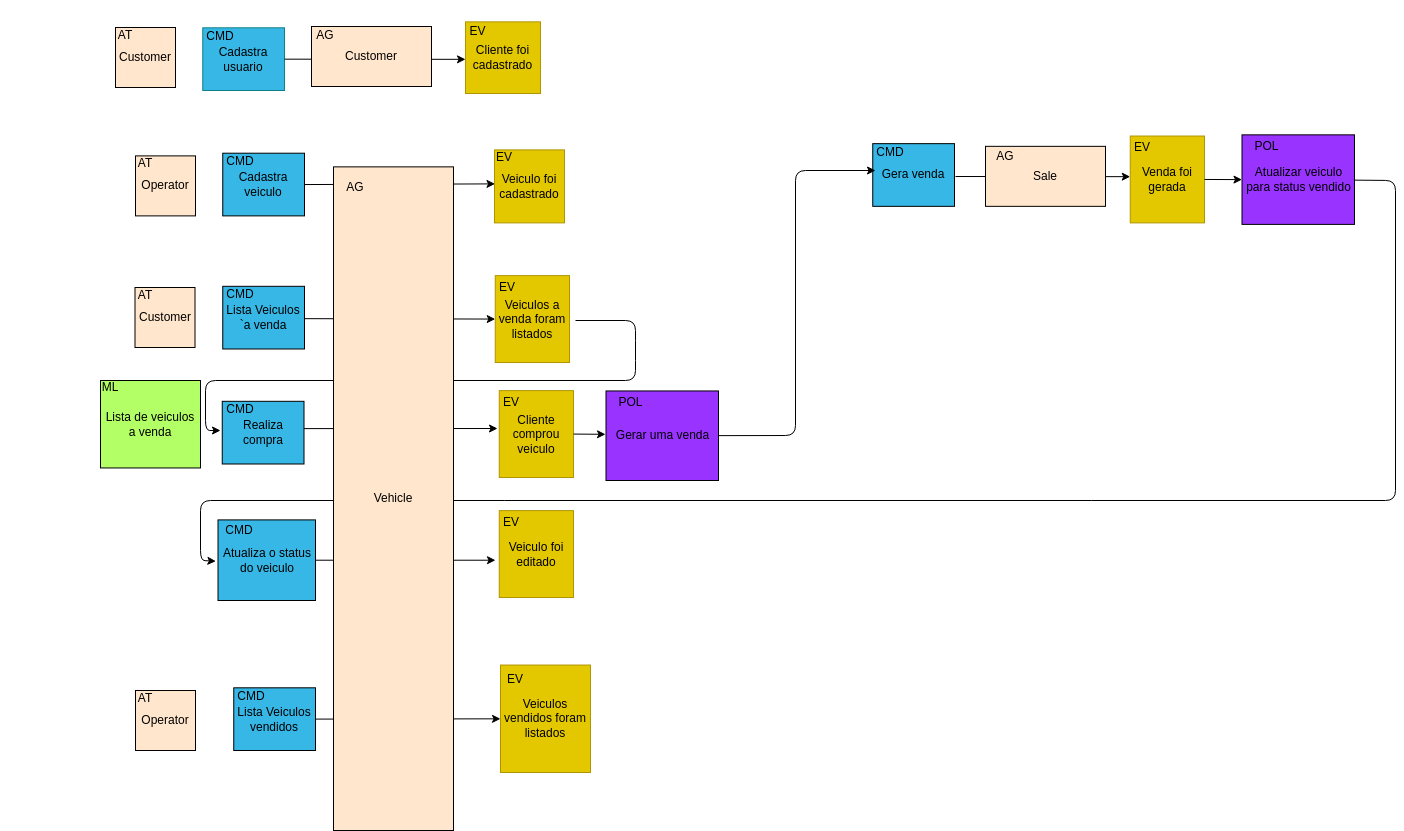
This is docs/event-storming-fase-4.png from mauriciodm1998/soat_substitutiva, a draw.io export, as it was before one commit. Source tidied: cells renumbered, new cells last; positions are measured from the earlier drawing's top-left corner, leaving out a move shared by most shapes.
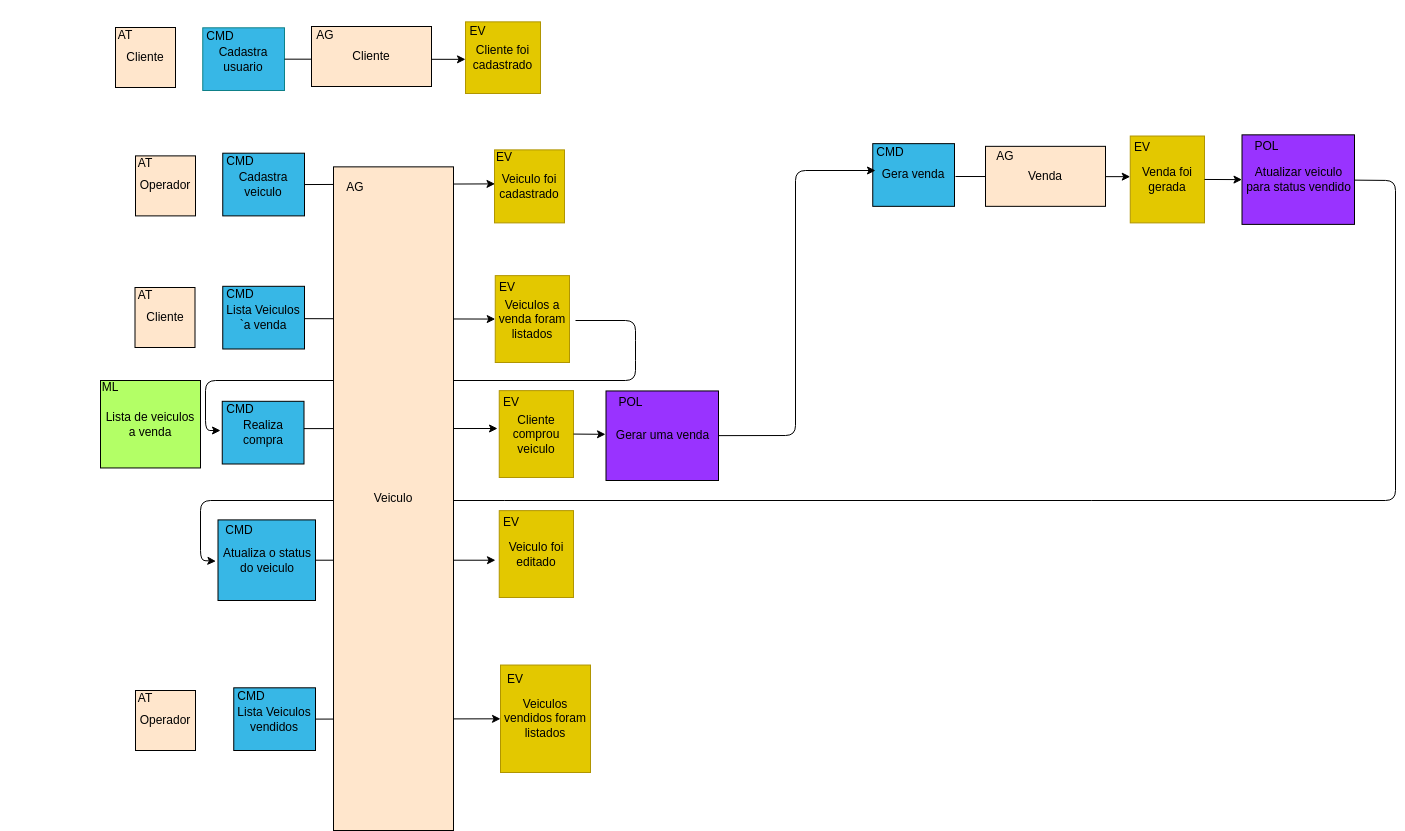
The same file after the commit.

Change to the diagram source:
```diff
@@ -34,7 +34,7 @@
     <mxCell id="6" style="group;" parent="1" vertex="1">
       <mxGeometry x="95" y="7" width="80" height="67" as="geometry" />
     </mxCell>
-    <mxCell id="7" value="&lt;font color=&quot;#000000&quot;&gt;Customer&lt;/font&gt;" style="rounded=0;whiteSpace=wrap;html=1;fillColor=#FFE6CC;" parent="6" vertex="1">
+    <mxCell id="7" value="&lt;font color=&quot;#000000&quot;&gt;Cliente&lt;/font&gt;" style="rounded=0;whiteSpace=wrap;html=1;fillColor=#FFE6CC;" parent="6" vertex="1">
       <mxGeometry x="20" y="7" width="60" height="60" as="geometry" />
     </mxCell>
     <mxCell id="8" value="&lt;font color=&quot;#000000&quot;&gt;AT&lt;/font&gt;" style="text;html=1;strokeColor=none;fillColor=none;align=center;verticalAlign=middle;whiteSpace=wrap;rounded=0;" parent="6" vertex="1">
@@ -156,7 +156,7 @@
     <mxCell id="46" style="group;" parent="1" vertex="1">
       <mxGeometry x="295" y="7" width="136" height="66" as="geometry" />
     </mxCell>
-    <mxCell id="47" value="&lt;font color=&quot;#000000&quot;&gt;Customer&lt;/font&gt;" style="rounded=0;whiteSpace=wrap;html=1;fillColor=#FFE6CC;" parent="46" vertex="1">
+    <mxCell id="47" value="&lt;font color=&quot;#000000&quot;&gt;Cliente&lt;/font&gt;" style="rounded=0;whiteSpace=wrap;html=1;fillColor=#FFE6CC;" parent="46" vertex="1">
       <mxGeometry x="16" y="6" width="120" height="60" as="geometry" />
     </mxCell>
     <mxCell id="48" value="&lt;font color=&quot;#000000&quot;&gt;AG&lt;/font&gt;" style="text;html=1;strokeColor=none;fillColor=none;align=center;verticalAlign=middle;whiteSpace=wrap;rounded=0;" parent="46" vertex="1">
@@ -180,10 +180,10 @@
     <mxCell id="54" value="&lt;font color=&quot;#000000&quot;&gt;EV&lt;/font&gt;" style="text;html=1;strokeColor=none;fillColor=none;align=center;verticalAlign=middle;whiteSpace=wrap;rounded=0;" parent="52" vertex="1">
       <mxGeometry width="60" height="30" as="geometry" />
     </mxCell>
-    <mxCell id="55" style="group;" parent="1" vertex="1">
+    <mxCell id="55" value="O" style="group;" parent="1" vertex="1">
       <mxGeometry x="115" y="135.4" width="80" height="67" as="geometry" />
     </mxCell>
-    <mxCell id="56" value="&lt;font color=&quot;#000000&quot;&gt;Operator&lt;/font&gt;" style="rounded=0;whiteSpace=wrap;html=1;fillColor=#FFE6CC;" parent="55" vertex="1">
+    <mxCell id="56" value="&lt;font color=&quot;#000000&quot;&gt;Operador&lt;/font&gt;" style="rounded=0;whiteSpace=wrap;html=1;fillColor=#FFE6CC;" parent="55" vertex="1">
       <mxGeometry x="20" y="7" width="60" height="60" as="geometry" />
     </mxCell>
     <mxCell id="57" value="&lt;font color=&quot;#000000&quot;&gt;AT&lt;/font&gt;" style="text;html=1;strokeColor=none;fillColor=none;align=center;verticalAlign=middle;whiteSpace=wrap;rounded=0;" parent="55" vertex="1">
@@ -197,7 +197,7 @@
     <mxCell id="59" style="group;" parent="1" vertex="1">
       <mxGeometry x="114.5" y="267" width="80" height="67" as="geometry" />
     </mxCell>
-    <mxCell id="60" value="&lt;font color=&quot;#000000&quot;&gt;Customer&lt;/font&gt;" style="rounded=0;whiteSpace=wrap;html=1;fillColor=#FFE6CC;" parent="59" vertex="1">
+    <mxCell id="60" value="&lt;font color=&quot;#000000&quot;&gt;Cliente&lt;/font&gt;" style="rounded=0;whiteSpace=wrap;html=1;fillColor=#FFE6CC;" parent="59" vertex="1">
       <mxGeometry x="20" y="7" width="60" height="60" as="geometry" />
     </mxCell>
     <mxCell id="61" value="&lt;font color=&quot;#000000&quot;&gt;AT&lt;/font&gt;" style="text;html=1;strokeColor=none;fillColor=none;align=center;verticalAlign=middle;whiteSpace=wrap;rounded=0;" parent="59" vertex="1">
@@ -220,7 +220,7 @@
     <mxCell id="65" value="AG" style="text;html=1;strokeColor=none;fillColor=none;align=center;verticalAlign=middle;whiteSpace=wrap;rounded=0;" parent="64" vertex="1">
       <mxGeometry x="1" y="-79.6" width="60" height="331.8" as="geometry" />
     </mxCell>
-    <mxCell id="66" value="&lt;font color=&quot;#000000&quot;&gt;Vehicle&lt;/font&gt;" style="rounded=0;whiteSpace=wrap;html=1;fillColor=#FFE6CC;" parent="64" vertex="1">
+    <mxCell id="66" value="&lt;font color=&quot;#000000&quot;&gt;Veiculo&lt;/font&gt;" style="rounded=0;whiteSpace=wrap;html=1;fillColor=#FFE6CC;" parent="64" vertex="1">
       <mxGeometry x="16" y="66.4" width="120" height="663.6" as="geometry" />
     </mxCell>
     <mxCell id="67" value="&lt;font color=&quot;#000000&quot;&gt;AG&lt;/font&gt;" style="text;html=1;strokeColor=none;fillColor=none;align=center;verticalAlign=middle;whiteSpace=wrap;rounded=0;" parent="64" vertex="1">
@@ -250,10 +250,10 @@
         <mxPoint x="1129.8" y="163.2" as="targetPoint" />
       </mxGeometry>
     </mxCell>
-    <mxCell id="73" style="group;" parent="1" vertex="1">
+    <mxCell id="73" value="Ve" style="group;" parent="1" vertex="1">
       <mxGeometry x="975" y="125.8" width="130" height="67" as="geometry" />
     </mxCell>
-    <mxCell id="74" value="&lt;font color=&quot;#000000&quot;&gt;Sale&lt;/font&gt;" style="rounded=0;whiteSpace=wrap;html=1;fillColor=#FFE6CC;" parent="73" vertex="1">
+    <mxCell id="74" value="&lt;font color=&quot;#000000&quot;&gt;Venda&lt;/font&gt;" style="rounded=0;whiteSpace=wrap;html=1;fillColor=#FFE6CC;" parent="73" vertex="1">
       <mxGeometry x="10" y="7" width="120" height="60" as="geometry" />
     </mxCell>
     <mxCell id="75" value="&lt;font color=&quot;#000000&quot;&gt;AG&lt;/font&gt;" style="text;html=1;strokeColor=none;fillColor=none;align=center;verticalAlign=middle;whiteSpace=wrap;rounded=0;" parent="73" vertex="1">
@@ -288,7 +288,7 @@
     <mxCell id="84" value="&lt;font color=&quot;#000000&quot;&gt;ML&lt;/font&gt;" style="text;html=1;strokeColor=none;fillColor=none;align=center;verticalAlign=middle;whiteSpace=wrap;rounded=0;" parent="1" vertex="1">
       <mxGeometry x="50" y="347" width="120" height="53.7" as="geometry" />
     </mxCell>
-    <mxCell id="85" value="&lt;font color=&quot;#000000&quot;&gt;Operator&lt;/font&gt;" style="rounded=0;whiteSpace=wrap;html=1;fillColor=#FFE6CC;" parent="1" vertex="1">
+    <mxCell id="85" value="&lt;font color=&quot;#000000&quot;&gt;Operador&lt;/font&gt;" style="rounded=0;whiteSpace=wrap;html=1;fillColor=#FFE6CC;" parent="1" vertex="1">
       <mxGeometry x="135" y="677" width="60" height="60" as="geometry" />
     </mxCell>
     <mxCell id="86" value="&lt;font color=&quot;#000000&quot;&gt;AT&lt;/font&gt;" style="text;html=1;strokeColor=none;fillColor=none;align=center;verticalAlign=middle;whiteSpace=wrap;rounded=0;" parent="1" vertex="1">
```
